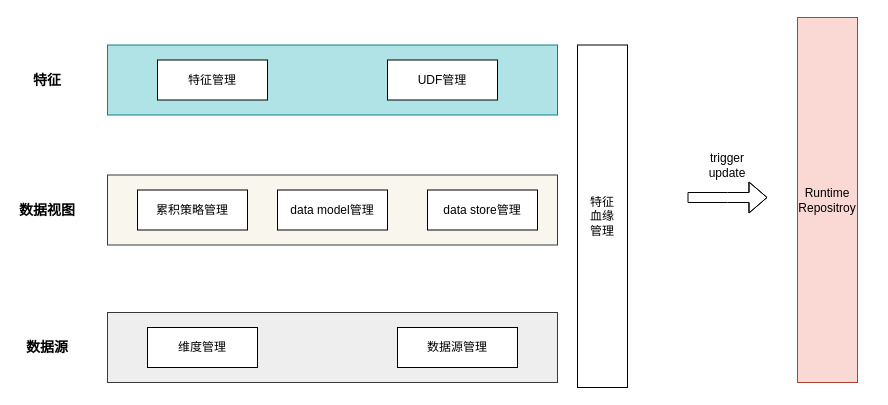
The draw.io diagram ws_feature_mng.drawio in learn2Pro/draw_io_save, before the edit. Source tidied: cells renumbered, new cells numbered last; positions are measured from the earlier drawing's top-left corner, leaving out a move shared by most shapes. Both pictures are drawn from the tidied source at 100%, with x=0, y=0 at pixel (17, 17).
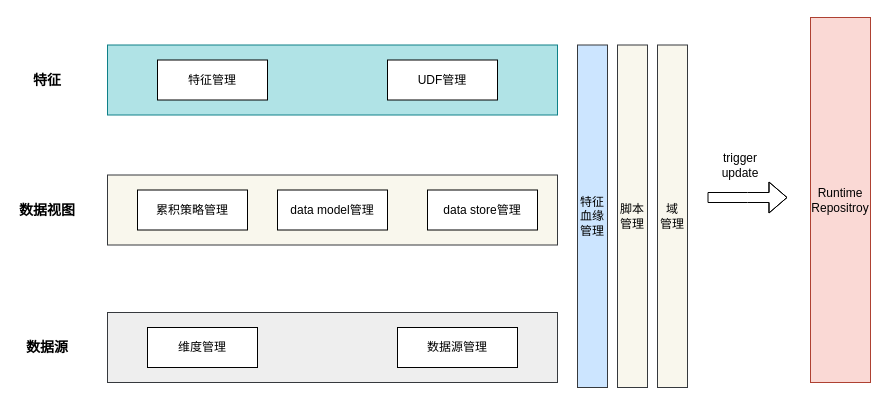
After the change.

Change to the diagram source:
```diff
@@
     <mxCell id="7" style="shape=flexArrow;endArrow=classic;html=1;endWidth=20;endSize=5.67;" parent="1" edge="1">
       <mxGeometry relative="1" as="geometry">
-        <mxPoint x="670" y="180" as="sourcePoint" />
-        <mxPoint x="750" y="180" as="targetPoint" />
+        <mxPoint x="690" y="180" as="sourcePoint" />
+        <mxPoint x="770" y="180" as="targetPoint" />
         <Array as="points">
-          <mxPoint x="710" y="180" />
+          <mxPoint x="730" y="180" />
         </Array>
       </mxGeometry>
     </mxCell>
     <mxCell id="8" value="Runtime&lt;br&gt;Repositroy" style="rounded=0;whiteSpace=wrap;html=1;fillColor=#fad9d5;strokeColor=#ae4132;" parent="1" vertex="1">
-      <mxGeometry x="780" width="60" height="365" as="geometry" />
+      <mxGeometry x="793" width="60" height="365" as="geometry" />
     </mxCell>
@@
     <mxCell id="14" value="trigger update" style="text;html=1;strokeColor=none;fillColor=none;align=center;verticalAlign=middle;whiteSpace=wrap;rounded=0;" parent="1" vertex="1">
-      <mxGeometry x="690" y="137.5" width="40" height="20" as="geometry" />
+      <mxGeometry x="703" y="137.5" width="40" height="20" as="geometry" />
     </mxCell>
@@
-    <mxCell id="18" value="特征&lt;br&gt;血缘&lt;br&gt;管理" style="rounded=0;whiteSpace=wrap;html=1;" parent="1" vertex="1">
-      <mxGeometry x="560" y="27.5" width="50" height="342.5" as="geometry" />
+    <mxCell id="18" value="特征&lt;br&gt;血缘&lt;br&gt;管理" style="rounded=0;whiteSpace=wrap;html=1;fillColor=#cce5ff;strokeColor=#36393d;" parent="1" vertex="1">
+      <mxGeometry x="560" y="27.5" width="30" height="342.5" as="geometry" />
     </mxCell>
+    <mxCell id="19" value="脚本&lt;br&gt;管理" style="rounded=0;whiteSpace=wrap;html=1;fillColor=#f9f7ed;strokeColor=#36393d;" parent="1" vertex="1">
+      <mxGeometry x="600" y="27.5" width="30" height="342.5" as="geometry" />
+    </mxCell>
+    <mxCell id="20" value="域&lt;br&gt;管理" style="rounded=0;whiteSpace=wrap;html=1;fillColor=#f9f7ed;strokeColor=#36393d;" parent="1" vertex="1">
+      <mxGeometry x="640" y="27.5" width="30" height="342.5" as="geometry" />
+    </mxCell>
```
